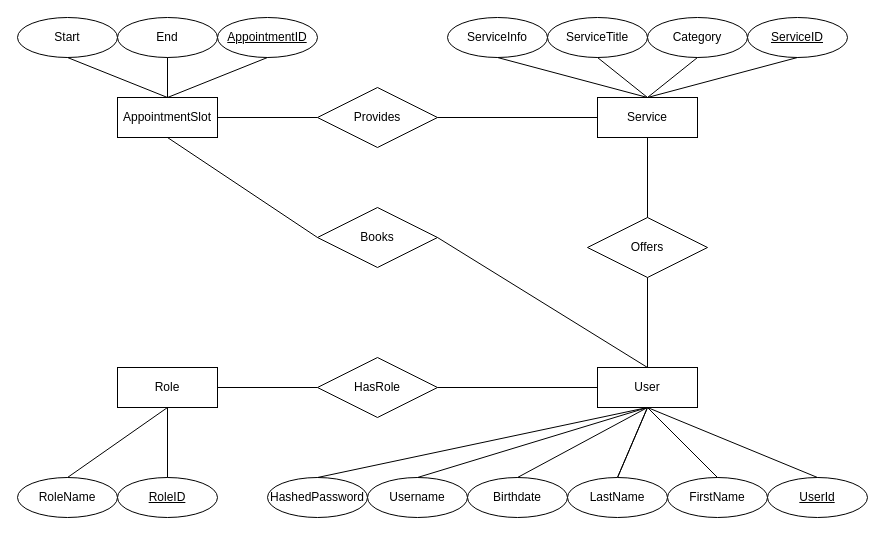
jff97/cs341GroupProject keeps this draw.io diagram as projectManagement/diagrams/ERsingleUserSchema.drawio. Above is the earlier version. Source tidied: cells renumbered, new cells numbered last; positions are measured from the earlier drawing's top-left corner, leaving out a move shared by most shapes. Both pictures are drawn from the tidied source at 100%, with x=0, y=0 at pixel (17, 17).
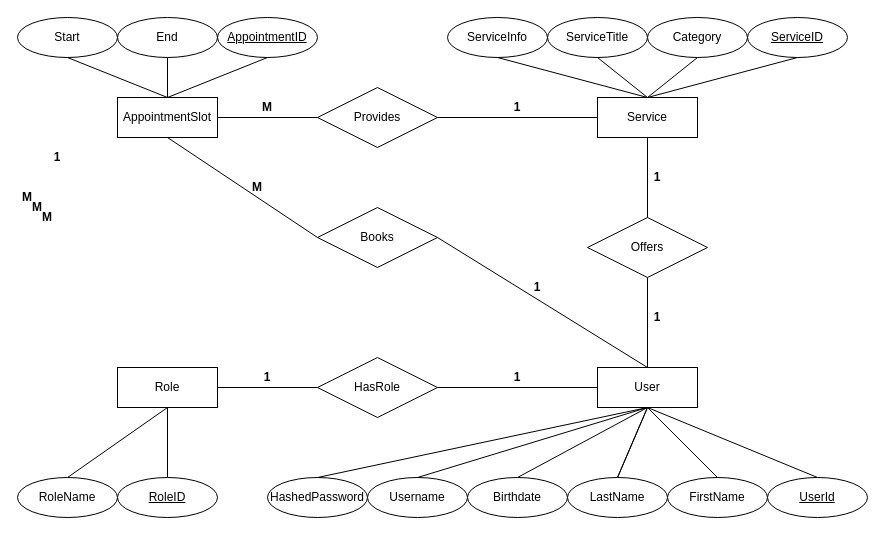
The same diagram, later.

Commit message:
added 1 to many relationship stuff

The edit, as a diff of the source:
```diff
@@
+    <mxCell id="49" value="&lt;b&gt;1&lt;/b&gt;" style="text;html=1;strokeColor=none;fillColor=none;align=center;verticalAlign=middle;whiteSpace=wrap;rounded=0;" parent="1" vertex="1">
+      <mxGeometry x="510" y="260" width="20" height="20" as="geometry" />
+    </mxCell>
+    <mxCell id="50" value="&lt;b&gt;1&lt;/b&gt;" style="text;html=1;strokeColor=none;fillColor=none;align=center;verticalAlign=middle;whiteSpace=wrap;rounded=0;" parent="1" vertex="1">
+      <mxGeometry x="490" y="350" width="20" height="20" as="geometry" />
+    </mxCell>
+    <mxCell id="51" value="&lt;b&gt;1&lt;/b&gt;" style="text;html=1;strokeColor=none;fillColor=none;align=center;verticalAlign=middle;whiteSpace=wrap;rounded=0;" parent="1" vertex="1">
+      <mxGeometry x="240" y="350" width="20" height="20" as="geometry" />
+    </mxCell>
+    <mxCell id="52" value="&lt;b&gt;1&lt;/b&gt;" style="text;html=1;strokeColor=none;fillColor=none;align=center;verticalAlign=middle;whiteSpace=wrap;rounded=0;" parent="1" vertex="1">
+      <mxGeometry x="490" y="80" width="20" height="20" as="geometry" />
+    </mxCell>
+    <mxCell id="53" value="&lt;b&gt;M&lt;/b&gt;" style="text;html=1;strokeColor=none;fillColor=none;align=center;verticalAlign=middle;whiteSpace=wrap;rounded=0;" parent="1" vertex="1">
+      <mxGeometry y="170" width="20" height="20" as="geometry" />
+    </mxCell>
+    <mxCell id="54" value="&lt;b&gt;M&lt;/b&gt;" style="text;html=1;strokeColor=none;fillColor=none;align=center;verticalAlign=middle;whiteSpace=wrap;rounded=0;" parent="1" vertex="1">
+      <mxGeometry x="10" y="180" width="20" height="20" as="geometry" />
+    </mxCell>
+    <mxCell id="55" value="&lt;b&gt;M&lt;/b&gt;" style="text;html=1;strokeColor=none;fillColor=none;align=center;verticalAlign=middle;whiteSpace=wrap;rounded=0;" parent="1" vertex="1">
+      <mxGeometry x="20" y="190" width="20" height="20" as="geometry" />
+    </mxCell>
+    <mxCell id="56" value="&lt;b&gt;M&lt;/b&gt;" style="text;html=1;strokeColor=none;fillColor=none;align=center;verticalAlign=middle;whiteSpace=wrap;rounded=0;" parent="1" vertex="1">
+      <mxGeometry x="230" y="160" width="20" height="20" as="geometry" />
+    </mxCell>
+    <mxCell id="57" value="&lt;b&gt;M&lt;/b&gt;" style="text;html=1;strokeColor=none;fillColor=none;align=center;verticalAlign=middle;whiteSpace=wrap;rounded=0;" parent="1" vertex="1">
+      <mxGeometry x="240" y="80" width="20" height="20" as="geometry" />
+    </mxCell>
+    <mxCell id="58" value="&lt;b&gt;1&lt;/b&gt;" style="text;html=1;strokeColor=none;fillColor=none;align=center;verticalAlign=middle;whiteSpace=wrap;rounded=0;" parent="1" vertex="1">
+      <mxGeometry x="30" y="130" width="20" height="20" as="geometry" />
+    </mxCell>
+    <mxCell id="59" value="&lt;b&gt;1&lt;/b&gt;" style="text;html=1;strokeColor=none;fillColor=none;align=center;verticalAlign=middle;whiteSpace=wrap;rounded=0;" parent="1" vertex="1">
+      <mxGeometry x="630" y="150" width="20" height="20" as="geometry" />
+    </mxCell>
+    <mxCell id="60" value="&lt;b&gt;1&lt;/b&gt;" style="text;html=1;strokeColor=none;fillColor=none;align=center;verticalAlign=middle;whiteSpace=wrap;rounded=0;" parent="1" vertex="1">
+      <mxGeometry x="630" y="290" width="20" height="20" as="geometry" />
+    </mxCell>
```
